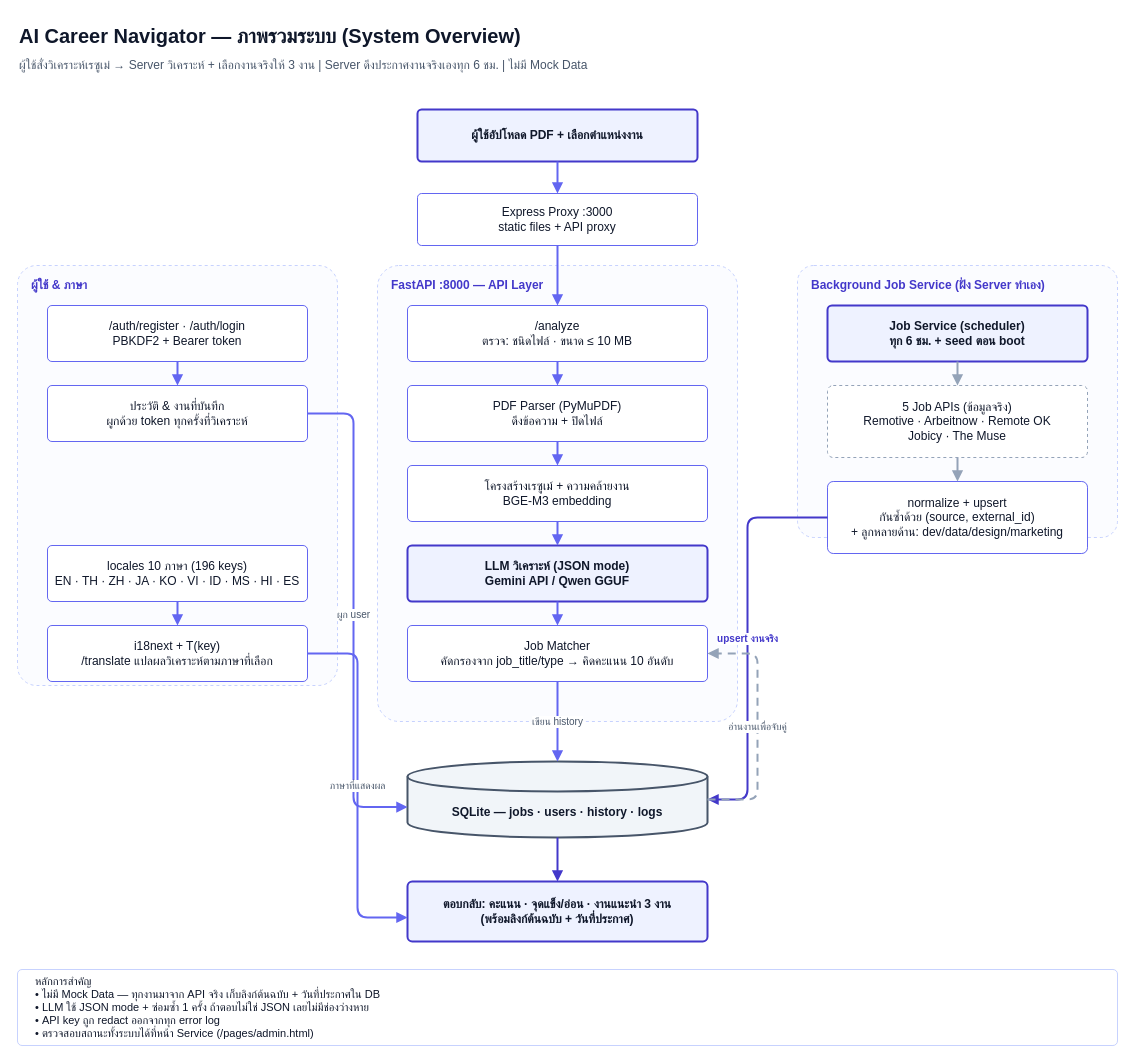
bimnova001/AI_resume keeps this draw.io diagram as Architecture.drawio. Above is the earlier version. Source tidied: cells renumbered, new cells numbered last; positions are measured from the earlier drawing's top-left corner, leaving out a move shared by most shapes. Both pictures are drawn from the tidied source at 100%, with x=0, y=0 at pixel (17, 17).
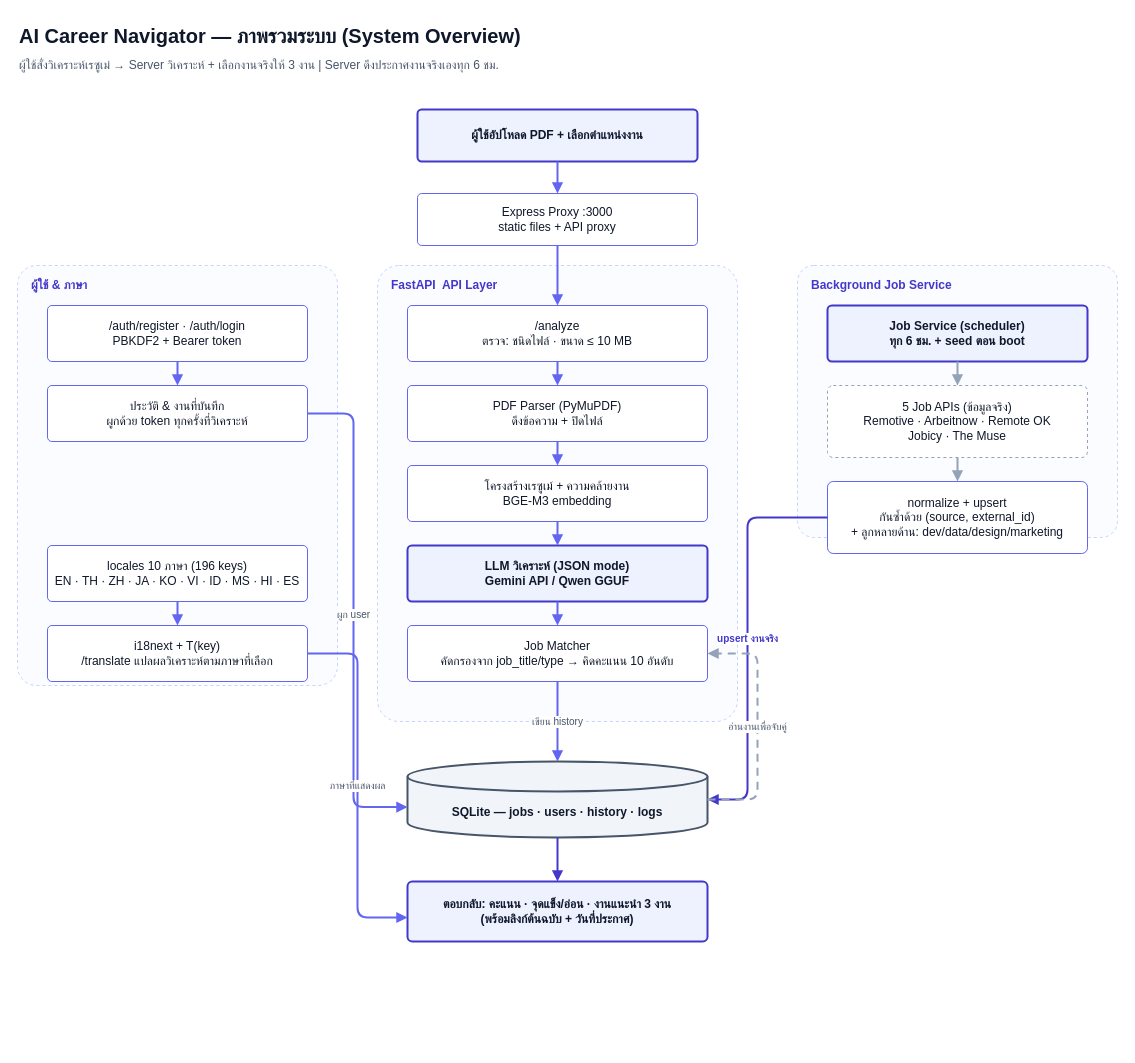
Above is the later version.

Diff of the diagram source:
```diff
@@
-    <mxCell id="3" value="ผู้ใช้สั่งวิเคราะห์เรซูเม่ → Server วิเคราะห์ + เลือกงานจริงให้ 3 งาน | Server ดึงประกาศงานจริงเองทุก 6 ชม. | ไม่มี Mock Data" style="text;html=1;align=left;verticalAlign=middle;fontSize=12;fontColor=#475569;fontFamily=Helvetica;" parent="1" vertex="1">
+    <mxCell id="3" value="ผู้ใช้สั่งวิเคราะห์เรซูเม่ → Server วิเคราะห์ + เลือกงานจริงให้ 3 งาน | Server ดึงประกาศงานจริงเองทุก 6 ชม." style="text;html=1;align=left;verticalAlign=middle;fontSize=12;fontColor=#475569;fontFamily=Helvetica;" parent="1" vertex="1">
       <mxGeometry y="36" width="1000" height="24" as="geometry" />
     </mxCell>
-    <mxCell id="4" value="FastAPI :8000 — API Layer" style="rounded=1;arcSize=6;html=1;fillColor=#fbfcff;strokeColor=#c7d2fe;dashed=1;verticalAlign=top;align=left;spacingLeft=12;spacingTop=6;fontSize=12;fontStyle=1;fontColor=#4338ca;fontFamily=Helvetica;" parent="1" vertex="1">
+    <mxCell id="4" value="FastAPI&amp;nbsp; API Layer" style="rounded=1;arcSize=6;html=1;fillColor=#fbfcff;strokeColor=#c7d2fe;dashed=1;verticalAlign=top;align=left;spacingLeft=12;spacingTop=6;fontSize=12;fontStyle=1;fontColor=#4338ca;fontFamily=Helvetica;" parent="1" vertex="1">
       <mxGeometry x="360" y="248" width="360" height="456" as="geometry" />
     </mxCell>
-    <mxCell id="5" value="Background Job Service (ฝั่ง Server ทำเอง)" style="rounded=1;arcSize=6;html=1;fillColor=#fbfcff;strokeColor=#c7d2fe;dashed=1;verticalAlign=top;align=left;spacingLeft=12;spacingTop=6;fontSize=12;fontStyle=1;fontColor=#4338ca;fontFamily=Helvetica;" parent="1" vertex="1">
+    <mxCell id="5" value="Background Job Service" style="rounded=1;arcSize=6;html=1;fillColor=#fbfcff;strokeColor=#c7d2fe;dashed=1;verticalAlign=top;align=left;spacingLeft=12;spacingTop=6;fontSize=12;fontStyle=1;fontColor=#4338ca;fontFamily=Helvetica;" parent="1" vertex="1">
       <mxGeometry x="780" y="248" width="320" height="272" as="geometry" />
     </mxCell>
@@
-    <mxCell id="39" value="หลักการสำคัญ&#10;• ไม่มี Mock Data — ทุกงานมาจาก API จริง เก็บลิงก์ต้นฉบับ + วันที่ประกาศใน DB&#10;• LLM ใช้ JSON mode + ซ่อมซ้ำ 1 ครั้ง ถ้าตอบไม่ใช่ JSON เลยไม่มีช่องว่างหาย&#10;• API key ถูก redact ออกจากทุก error log&#10;• ตรวจสอบสถานะทั้งระบบได้ที่หน้า Service (/pages/admin.html)" style="rounded=1;arcSize=6;html=1;fillColor=#ffffff;strokeColor=#c7d2fe;align=left;verticalAlign=middle;spacingLeft=16;spacingRight=16;fontSize=11;fontColor=#0f172a;fontFamily=Helvetica;whiteSpace=wrap;" parent="1" vertex="1">
-      <mxGeometry y="952" width="1100" height="76" as="geometry" />
-    </mxCell>
```
